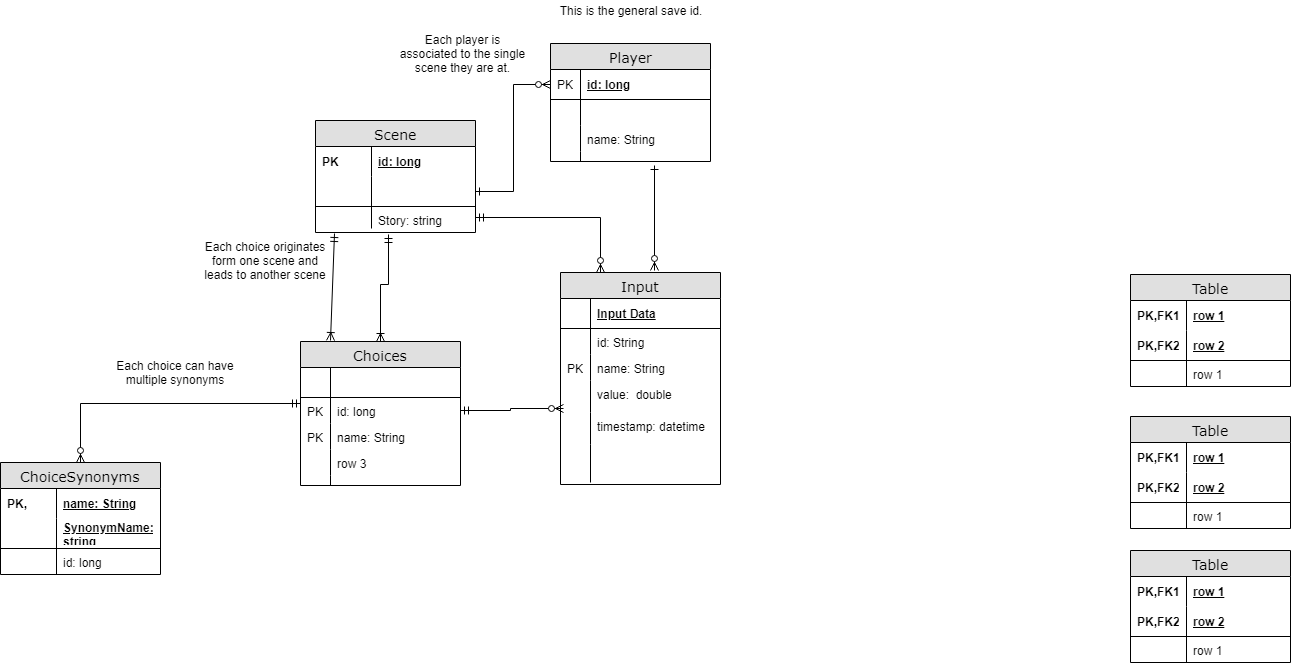
This is docs/EntityModel.png from balexander16/PictureQuest, a draw.io export, as it was before one commit. Source tidied: cells renumbered, new cells last; positions are measured from the earlier drawing's top-left corner, leaving out a move shared by most shapes.
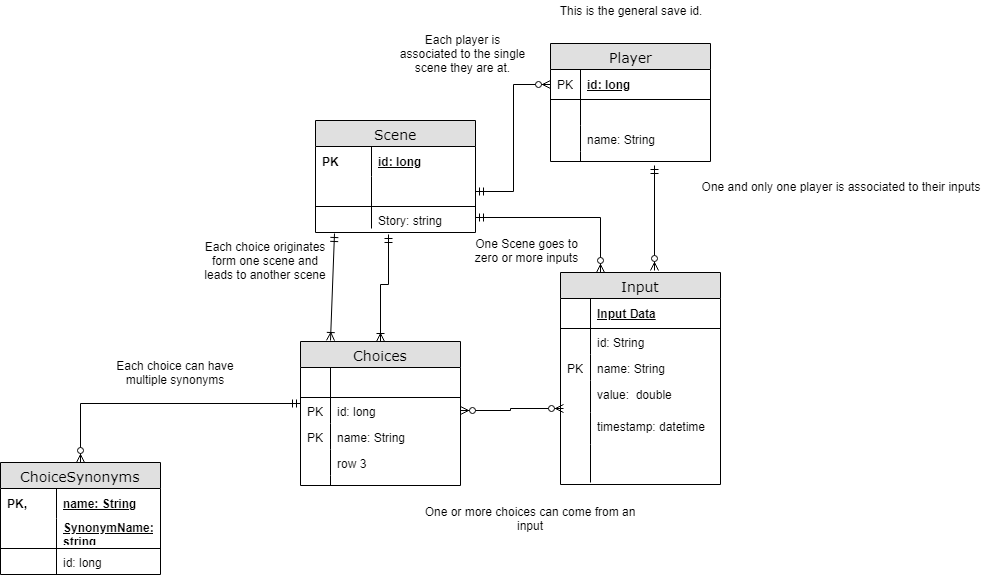
Later version of the same file.

Diff of the diagram source:
```diff
@@ -89,27 +89,6 @@
     <mxCell id="30" style="shape=partialRectangle;top=0;left=0;bottom=0;html=1;fillColor=none;align=left;verticalAlign=top;spacingLeft=4;spacingRight=4;whiteSpace=wrap;overflow=hidden;" parent="29" vertex="1">
       <mxGeometry width="30" height="38" as="geometry" />
     </mxCell>
-    <mxCell id="31" value="Table" style="swimlane;html=1;fontStyle=0;horizontal=1;startSize=26;fillColor=#e0e0e0;swimlaneFillColor=#ffffff;align=center;rounded=0;shadow=0;comic=0;labelBackgroundColor=none;strokeColor=#000000;strokeWidth=1;fontFamily=Verdana;fontSize=14;fontColor=#000000;" parent="1" vertex="1">
-      <mxGeometry x="1130" y="274" width="160" height="112" as="geometry" />
-    </mxCell>
-    <mxCell id="32" value="row 1" style="shape=partialRectangle;top=0;left=0;right=0;bottom=0;html=1;align=left;verticalAlign=middle;fillColor=none;spacingLeft=60;spacingRight=4;whiteSpace=wrap;overflow=hidden;fontStyle=5;" parent="31" vertex="1">
-      <mxGeometry y="26" width="160" height="30" as="geometry" />
-    </mxCell>
-    <mxCell id="33" value="PK,FK1" style="shape=partialRectangle;fontStyle=1;top=0;left=0;bottom=0;html=1;fillColor=none;align=left;verticalAlign=middle;spacingLeft=4;spacingRight=4;whiteSpace=wrap;overflow=hidden;" parent="32" vertex="1">
-      <mxGeometry width="56" height="30" as="geometry" />
-    </mxCell>
-    <mxCell id="34" value="row 2" style="shape=partialRectangle;top=0;left=0;right=0;bottom=1;html=1;align=left;verticalAlign=middle;fillColor=none;spacingLeft=60;spacingRight=4;whiteSpace=wrap;overflow=hidden;fontStyle=5;" parent="31" vertex="1">
-      <mxGeometry y="56" width="160" height="30" as="geometry" />
-    </mxCell>
-    <mxCell id="35" value="PK,FK2" style="shape=partialRectangle;fontStyle=1;top=0;left=0;bottom=0;html=1;fillColor=none;align=left;verticalAlign=middle;spacingLeft=4;spacingRight=4;whiteSpace=wrap;overflow=hidden;" parent="34" vertex="1">
-      <mxGeometry width="56" height="30" as="geometry" />
-    </mxCell>
-    <mxCell id="36" value="row 1" style="shape=partialRectangle;top=0;left=0;right=0;bottom=0;html=1;align=left;verticalAlign=top;fillColor=none;spacingLeft=60;spacingRight=4;whiteSpace=wrap;overflow=hidden;" parent="31" vertex="1">
-      <mxGeometry y="86" width="160" height="26" as="geometry" />
-    </mxCell>
-    <mxCell id="37" style="shape=partialRectangle;top=0;left=0;bottom=0;html=1;fillColor=none;align=left;verticalAlign=top;spacingLeft=4;spacingRight=4;whiteSpace=wrap;overflow=hidden;" parent="36" vertex="1">
-      <mxGeometry width="56" height="26" as="geometry" />
-    </mxCell>
     <mxCell id="38" style="edgeStyle=orthogonalEdgeStyle;rounded=0;jettySize=auto;html=1;entryX=0.001;entryY=0.242;entryDx=0;entryDy=0;entryPerimeter=0;startArrow=ERzeroToMany;startFill=1;endArrow=ERmandOne;endFill=0;" parent="1" edge="1" source="39" target="64">
       <mxGeometry relative="1" as="geometry" />
     </mxCell>
@@ -134,48 +113,6 @@
     <mxCell id="45" style="shape=partialRectangle;top=0;left=0;bottom=0;html=1;fillColor=none;align=left;verticalAlign=top;spacingLeft=4;spacingRight=4;whiteSpace=wrap;overflow=hidden;" parent="44" vertex="1">
       <mxGeometry width="56" height="26" as="geometry" />
     </mxCell>
-    <mxCell id="46" value="Table" style="swimlane;html=1;fontStyle=0;horizontal=1;startSize=26;fillColor=#e0e0e0;swimlaneFillColor=#ffffff;align=center;rounded=0;shadow=0;comic=0;labelBackgroundColor=none;strokeColor=#000000;strokeWidth=1;fontFamily=Verdana;fontSize=14;fontColor=#000000;" parent="1" vertex="1">
-      <mxGeometry x="1130" y="416" width="160" height="112" as="geometry" />
-    </mxCell>
-    <mxCell id="47" value="row 1" style="shape=partialRectangle;top=0;left=0;right=0;bottom=0;html=1;align=left;verticalAlign=middle;fillColor=none;spacingLeft=60;spacingRight=4;whiteSpace=wrap;overflow=hidden;fontStyle=5;" parent="46" vertex="1">
-      <mxGeometry y="26" width="160" height="30" as="geometry" />
-    </mxCell>
-    <mxCell id="48" value="PK,FK1" style="shape=partialRectangle;fontStyle=1;top=0;left=0;bottom=0;html=1;fillColor=none;align=left;verticalAlign=middle;spacingLeft=4;spacingRight=4;whiteSpace=wrap;overflow=hidden;" parent="47" vertex="1">
-      <mxGeometry width="56" height="30" as="geometry" />
-    </mxCell>
-    <mxCell id="49" value="row 2" style="shape=partialRectangle;top=0;left=0;right=0;bottom=1;html=1;align=left;verticalAlign=middle;fillColor=none;spacingLeft=60;spacingRight=4;whiteSpace=wrap;overflow=hidden;fontStyle=5;" parent="46" vertex="1">
-      <mxGeometry y="56" width="160" height="30" as="geometry" />
-    </mxCell>
-    <mxCell id="50" value="PK,FK2" style="shape=partialRectangle;fontStyle=1;top=0;left=0;bottom=0;html=1;fillColor=none;align=left;verticalAlign=middle;spacingLeft=4;spacingRight=4;whiteSpace=wrap;overflow=hidden;" parent="49" vertex="1">
-      <mxGeometry width="56" height="30" as="geometry" />
-    </mxCell>
-    <mxCell id="51" value="row 1" style="shape=partialRectangle;top=0;left=0;right=0;bottom=0;html=1;align=left;verticalAlign=top;fillColor=none;spacingLeft=60;spacingRight=4;whiteSpace=wrap;overflow=hidden;" parent="46" vertex="1">
-      <mxGeometry y="86" width="160" height="26" as="geometry" />
-    </mxCell>
-    <mxCell id="52" style="shape=partialRectangle;top=0;left=0;bottom=0;html=1;fillColor=none;align=left;verticalAlign=top;spacingLeft=4;spacingRight=4;whiteSpace=wrap;overflow=hidden;" parent="51" vertex="1">
-      <mxGeometry width="56" height="26" as="geometry" />
-    </mxCell>
-    <mxCell id="53" value="Table" style="swimlane;html=1;fontStyle=0;horizontal=1;startSize=26;fillColor=#e0e0e0;swimlaneFillColor=#ffffff;align=center;rounded=0;shadow=0;comic=0;labelBackgroundColor=none;strokeColor=#000000;strokeWidth=1;fontFamily=Verdana;fontSize=14;fontColor=#000000;" parent="1" vertex="1">
-      <mxGeometry x="1130" y="550" width="160" height="112" as="geometry" />
-    </mxCell>
-    <mxCell id="54" value="row 1" style="shape=partialRectangle;top=0;left=0;right=0;bottom=0;html=1;align=left;verticalAlign=middle;fillColor=none;spacingLeft=60;spacingRight=4;whiteSpace=wrap;overflow=hidden;fontStyle=5;" parent="53" vertex="1">
-      <mxGeometry y="26" width="160" height="30" as="geometry" />
-    </mxCell>
-    <mxCell id="55" value="PK,FK1" style="shape=partialRectangle;fontStyle=1;top=0;left=0;bottom=0;html=1;fillColor=none;align=left;verticalAlign=middle;spacingLeft=4;spacingRight=4;whiteSpace=wrap;overflow=hidden;" parent="54" vertex="1">
-      <mxGeometry width="56" height="30" as="geometry" />
-    </mxCell>
-    <mxCell id="56" value="row 2" style="shape=partialRectangle;top=0;left=0;right=0;bottom=1;html=1;align=left;verticalAlign=middle;fillColor=none;spacingLeft=60;spacingRight=4;whiteSpace=wrap;overflow=hidden;fontStyle=5;" parent="53" vertex="1">
-      <mxGeometry y="56" width="160" height="30" as="geometry" />
-    </mxCell>
-    <mxCell id="57" value="PK,FK2" style="shape=partialRectangle;fontStyle=1;top=0;left=0;bottom=0;html=1;fillColor=none;align=left;verticalAlign=middle;spacingLeft=4;spacingRight=4;whiteSpace=wrap;overflow=hidden;" parent="56" vertex="1">
-      <mxGeometry width="56" height="30" as="geometry" />
-    </mxCell>
-    <mxCell id="58" value="row 1" style="shape=partialRectangle;top=0;left=0;right=0;bottom=0;html=1;align=left;verticalAlign=top;fillColor=none;spacingLeft=60;spacingRight=4;whiteSpace=wrap;overflow=hidden;" parent="53" vertex="1">
-      <mxGeometry y="86" width="160" height="26" as="geometry" />
-    </mxCell>
-    <mxCell id="59" style="shape=partialRectangle;top=0;left=0;bottom=0;html=1;fillColor=none;align=left;verticalAlign=top;spacingLeft=4;spacingRight=4;whiteSpace=wrap;overflow=hidden;" parent="58" vertex="1">
-      <mxGeometry width="56" height="26" as="geometry" />
-    </mxCell>
     <mxCell id="60" style="edgeStyle=orthogonalEdgeStyle;rounded=0;jettySize=auto;html=1;entryX=0.459;entryY=1.267;entryDx=0;entryDy=0;entryPerimeter=0;startArrow=ERoneToMany;startFill=0;endArrow=ERmandOne;endFill=0;" parent="1" edge="1" source="61" target="7">
       <mxGeometry relative="1" as="geometry">
         <Array as="points">
@@ -220,10 +157,10 @@
     <mxCell id="72" value="This is the general save id." style="text;html=1;strokeColor=none;fillColor=none;align=center;verticalAlign=middle;whiteSpace=wrap;rounded=0;" parent="1" vertex="1">
       <mxGeometry x="550" width="160" height="20" as="geometry" />
     </mxCell>
-    <mxCell id="73" style="edgeStyle=orthogonalEdgeStyle;rounded=0;jettySize=auto;html=1;exitX=1;exitY=0.5;exitDx=0;exitDy=0;entryX=0.016;entryY=-0.125;entryDx=0;entryDy=0;entryPerimeter=0;startArrow=ERmandOne;startFill=0;endArrow=ERzeroToMany;endFill=1;" parent="1" edge="1" source="64" target="27">
+    <mxCell id="73" style="edgeStyle=orthogonalEdgeStyle;rounded=0;jettySize=auto;html=1;exitX=1;exitY=0.5;exitDx=0;exitDy=0;entryX=0.016;entryY=-0.125;entryDx=0;entryDy=0;entryPerimeter=0;startArrow=ERzeroToMany;startFill=1;endArrow=ERzeroToMany;endFill=1;" parent="1" edge="1" source="64" target="27">
       <mxGeometry relative="1" as="geometry" />
     </mxCell>
-    <mxCell id="74" style="edgeStyle=orthogonalEdgeStyle;rounded=0;jettySize=auto;html=1;exitX=1;exitY=0.5;exitDx=0;exitDy=0;entryX=0;entryY=0.5;entryDx=0;entryDy=0;startArrow=ERone;startFill=0;endArrow=ERzeroToMany;endFill=1;" parent="1" edge="1" source="5" target="10">
+    <mxCell id="74" style="edgeStyle=orthogonalEdgeStyle;rounded=0;jettySize=auto;html=1;exitX=1;exitY=0.5;exitDx=0;exitDy=0;entryX=0;entryY=0.5;entryDx=0;entryDy=0;startArrow=ERmandOne;startFill=0;endArrow=ERzeroToMany;endFill=1;" parent="1" edge="1" source="5" target="10">
       <mxGeometry relative="1" as="geometry" />
     </mxCell>
     <mxCell id="75" style="edgeStyle=orthogonalEdgeStyle;rounded=0;jettySize=auto;html=1;entryX=0.25;entryY=0;entryDx=0;entryDy=0;startArrow=ERmandOne;startFill=0;endArrow=ERzeroToMany;endFill=1;" parent="1" edge="1" source="7" target="18">
@@ -234,7 +171,7 @@
         <mxPoint x="330" y="340" as="sourcePoint" />
       </mxGeometry>
     </mxCell>
-    <mxCell id="77" style="endArrow=ERone;html=1;entryX=0.65;entryY=1.4;entryDx=0;entryDy=0;entryPerimeter=0;endFill=0;startArrow=ERzeroToMany;startFill=1;" parent="1" edge="1" target="16">
+    <mxCell id="77" style="endArrow=ERmandOne;html=1;entryX=0.65;entryY=1.4;entryDx=0;entryDy=0;entryPerimeter=0;endFill=0;startArrow=ERzeroToMany;startFill=1;" parent="1" edge="1" target="16">
       <mxGeometry relative="1" as="geometry">
         <mxPoint x="654" y="270" as="sourcePoint" />
       </mxGeometry>
@@ -248,5 +185,14 @@
     <mxCell id="80" value="Each player is associated to the single scene they are at." style="text;html=1;strokeColor=none;fillColor=none;align=center;verticalAlign=middle;whiteSpace=wrap;rounded=0;" parent="1" vertex="1">
       <mxGeometry x="395" y="43" width="135" height="20" as="geometry" />
     </mxCell>
+    <mxCell id="81" value="One and only one player is associated to their inputs" style="text;html=1;strokeColor=none;fillColor=none;align=center;verticalAlign=middle;whiteSpace=wrap;rounded=0;" parent="1" vertex="1">
+      <mxGeometry x="690" y="176" width="300" height="20" as="geometry" />
+    </mxCell>
+    <mxCell id="82" value="One Scene goes to zero or more inputs" style="text;html=1;strokeColor=none;fillColor=none;align=center;verticalAlign=middle;whiteSpace=wrap;rounded=0;" parent="1" vertex="1">
+      <mxGeometry x="463" y="240" width="127" height="20" as="geometry" />
+    </mxCell>
+    <mxCell id="83" value="One or more choices can come from an input" style="text;html=1;strokeColor=none;fillColor=none;align=center;verticalAlign=middle;whiteSpace=wrap;rounded=0;" parent="1" vertex="1">
+      <mxGeometry x="420" y="508" width="220" height="20" as="geometry" />
+    </mxCell>
   </root>
 </mxGraphModel>
```
